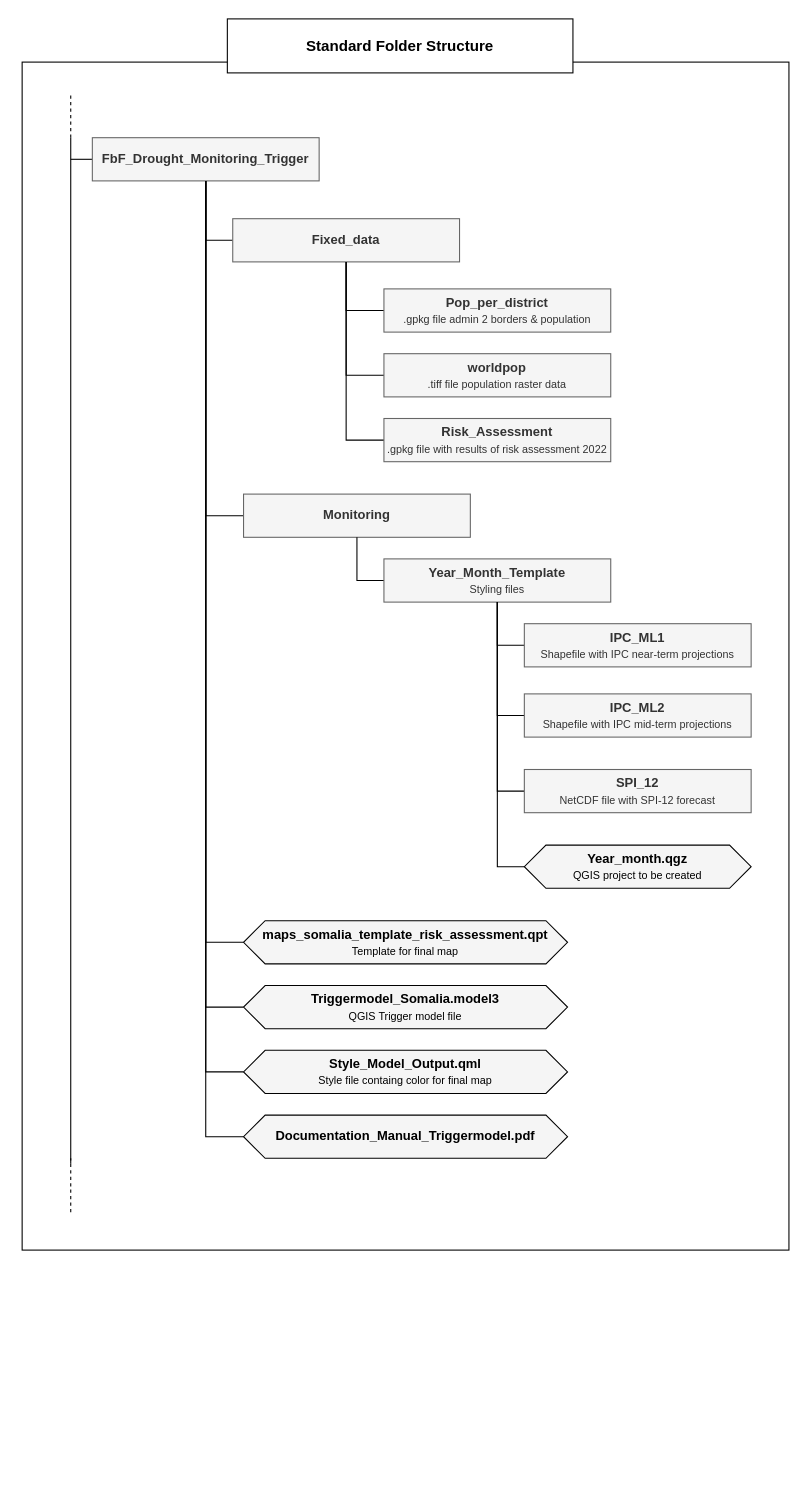
Above: fig/Folder_structure_FbF_Drought_Monitoring_Trigger.drawio in GIScience/gis-training-resource-center (draw.io), before the change. Source tidied: cells renumbered, new cells numbered last; positions are measured from the earlier drawing's top-left corner, leaving out a move shared by most shapes. Both pictures are drawn from the tidied source at 108%, with x=0, y=0 at pixel (22, 18).
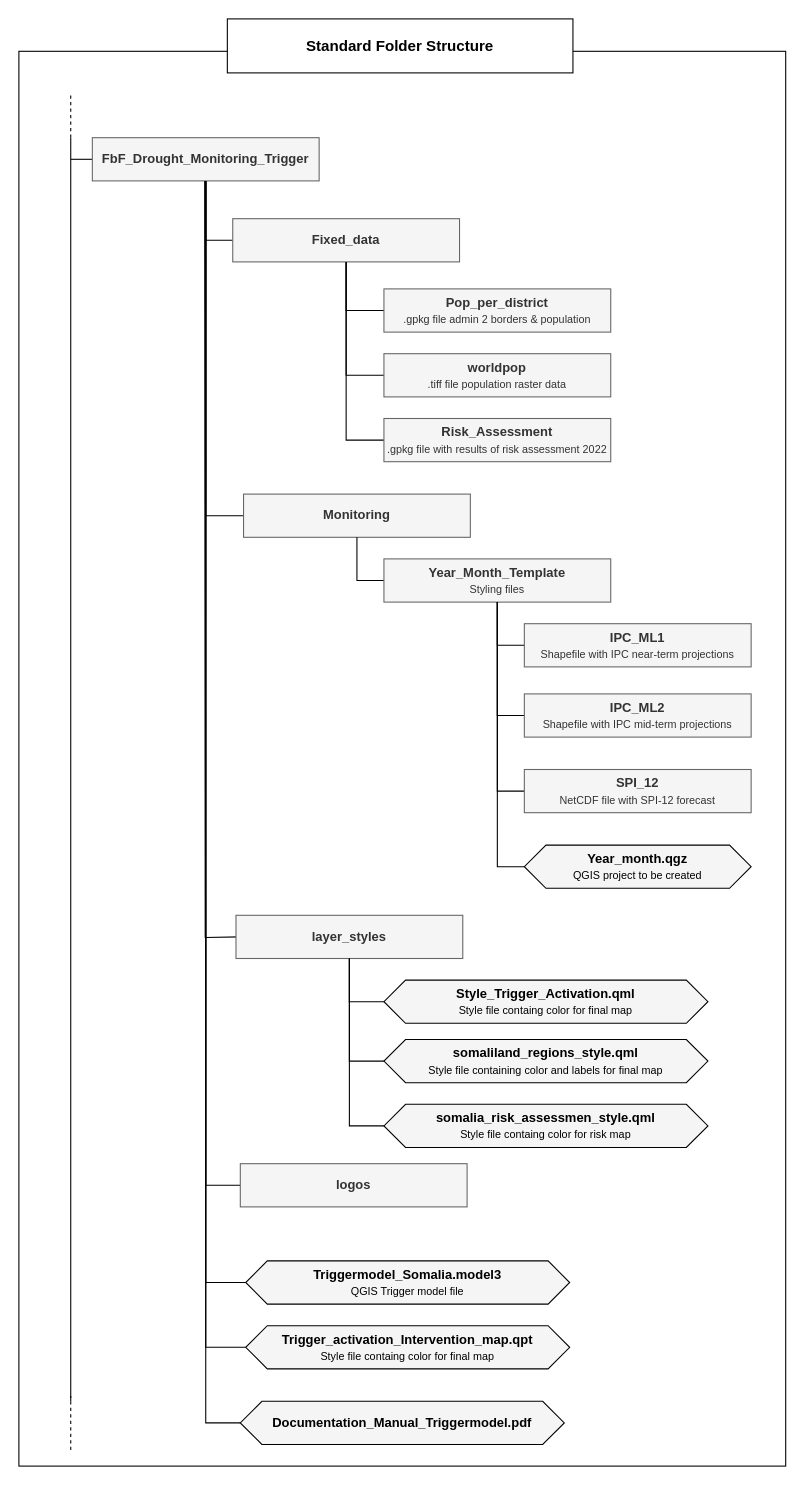
The same diagram, later.

The change refers to these unchanged cells:
```xml
<mxCell id="6" value="&lt;b&gt;FbF_Drought_Monitoring_Trigger&lt;/b&gt;" style="rounded=0;whiteSpace=wrap;html=1;fillColor=#f5f5f5;fontColor=#333333;strokeColor=#666666;fontStyle=0;" parent="1" vertex="1">
  <mxGeometry x="65" y="110" width="210" height="40" as="geometry" />
</mxCell>
```

What changed in the source:
```diff
@@
     <mxCell id="2" style="rounded=0;whiteSpace=wrap;html=1;" parent="1" vertex="1">
-      <mxGeometry y="40" width="710" height="1100" as="geometry" />
+      <mxGeometry x="-3" y="30" width="710" height="1310" as="geometry" />
     </mxCell>
     <mxCell id="3" style="endArrow=none;html=1;rounded=0;" parent="1" edge="1">
       <mxGeometry relative="1" as="geometry">
-        <mxPoint x="45" y="1060" as="sourcePoint" />
+        <mxPoint x="45" y="1280" as="sourcePoint" />
         <mxPoint x="45" y="110" as="targetPoint" />
       </mxGeometry>
     </mxCell>
@@
     <mxCell id="14" style="endArrow=none;dashed=1;html=1;rounded=0;" parent="1" edge="1">
       <mxGeometry relative="1" as="geometry">
-        <mxPoint x="45" y="1105" as="sourcePoint" />
-        <mxPoint x="45" y="1055" as="targetPoint" />
+        <mxPoint x="45" y="1325" as="sourcePoint" />
+        <mxPoint x="45" y="1275" as="targetPoint" />
       </mxGeometry>
     </mxCell>
-    <mxCell id="15" style="edgeStyle=orthogonalEdgeStyle;rounded=0;jettySize=auto;html=1;entryX=0.5;entryY=1;entryDx=0;entryDy=0;exitX=0;exitY=0.5;exitDx=0;exitDy=0;endArrow=none;endFill=0;" parent="1" edge="1" source="16" target="6">
-      <mxGeometry relative="1" as="geometry" />
-    </mxCell>
-    <mxCell id="16" value="maps_somalia_template_risk_assessment.qpt&lt;br style=&quot;font-size: 11px;&quot;&gt;&lt;font size=&quot;1&quot;&gt;&lt;span style=&quot;font-weight: 400;&quot;&gt;Template for final map&lt;/span&gt;&lt;/font&gt;" style="shape=hexagon;perimeter=hexagonPerimeter2;whiteSpace=wrap;html=1;fixedSize=1;fillColor=#F5F5F5;fontStyle=1;" parent="1" vertex="1">
-      <mxGeometry x="205" y="835" width="300" height="40" as="geometry" />
-    </mxCell>
@@
     <mxCell id="18" value="Triggermodel_Somalia.model3&lt;br style=&quot;font-size: 11px;&quot;&gt;&lt;font size=&quot;1&quot;&gt;&lt;span style=&quot;font-weight: 400;&quot;&gt;QGIS Trigger model file&lt;/span&gt;&lt;/font&gt;" style="shape=hexagon;perimeter=hexagonPerimeter2;whiteSpace=wrap;html=1;fixedSize=1;fillColor=#F5F5F5;fontStyle=1;" parent="1" vertex="1">
-      <mxGeometry x="205" y="895" width="300" height="40" as="geometry" />
+      <mxGeometry x="207" y="1150" width="300" height="40" as="geometry" />
     </mxCell>
@@
-    <mxCell id="20" value="Style_Model_Output.qml&lt;br style=&quot;font-size: 11px;&quot;&gt;&lt;font size=&quot;1&quot;&gt;&lt;span style=&quot;font-weight: normal;&quot;&gt;Style file containg color for final map&lt;/span&gt;&lt;/font&gt;" style="shape=hexagon;perimeter=hexagonPerimeter2;whiteSpace=wrap;html=1;fixedSize=1;fillColor=#F5F5F5;fontStyle=1;" parent="1" vertex="1">
-      <mxGeometry x="205" y="955" width="300" height="40" as="geometry" />
+    <mxCell id="20" value="Trigger_activation_Intervention_map.qpt&lt;br style=&quot;font-size: 11px;&quot;&gt;&lt;font size=&quot;1&quot;&gt;&lt;span style=&quot;font-weight: normal;&quot;&gt;Style file containg color for final map&lt;/span&gt;&lt;/font&gt;" style="shape=hexagon;perimeter=hexagonPerimeter2;whiteSpace=wrap;html=1;fixedSize=1;fillColor=#F5F5F5;fontStyle=1;" parent="1" vertex="1">
+      <mxGeometry x="207" y="1210" width="300" height="40" as="geometry" />
     </mxCell>
-    <mxCell id="21" style="edgeStyle=orthogonalEdgeStyle;rounded=0;jettySize=auto;html=1;entryX=0.5;entryY=1;entryDx=0;entryDy=0;exitX=0;exitY=0.5;exitDx=0;exitDy=0;endArrow=none;endFill=0;" parent="1" edge="1" source="22" target="6">
-      <mxGeometry relative="1" as="geometry" />
-    </mxCell>
-    <mxCell id="22" value="&lt;p class=&quot;MsoNormal&quot;&gt;Documentation_Manual_Triggermodel.pdf&lt;/p&gt;" style="shape=hexagon;perimeter=hexagonPerimeter2;whiteSpace=wrap;html=1;fixedSize=1;fillColor=#F5F5F5;fontStyle=1;" parent="1" vertex="1">
-      <mxGeometry x="205" y="1015" width="300" height="40" as="geometry" />
-    </mxCell>
@@
+    <mxCell id="21" style="edgeStyle=orthogonalEdgeStyle;rounded=0;jettySize=auto;html=1;entryX=0.5;entryY=1;entryDx=0;entryDy=0;exitX=0;exitY=0.5;exitDx=0;exitDy=0;endArrow=none;endFill=0;" parent="1" edge="1" source="22" target="6">
+      <mxGeometry relative="1" as="geometry" />
+    </mxCell>
+    <mxCell id="22" value="&lt;p class=&quot;MsoNormal&quot;&gt;Documentation_Manual_Triggermodel.pdf&lt;/p&gt;" style="shape=hexagon;perimeter=hexagonPerimeter2;whiteSpace=wrap;html=1;fixedSize=1;fillColor=#F5F5F5;fontStyle=1;" parent="1" vertex="1">
+      <mxGeometry x="202" y="1280" width="300" height="40" as="geometry" />
+    </mxCell>
+    <mxCell id="37" style="edgeStyle=orthogonalEdgeStyle;rounded=0;orthogonalLoop=1;jettySize=auto;html=1;endArrow=none;endFill=0;" parent="1" edge="1">
+      <mxGeometry relative="1" as="geometry">
+        <mxPoint x="202" y="850" as="sourcePoint" />
+        <mxPoint x="169" y="150" as="targetPoint" />
+      </mxGeometry>
+    </mxCell>
+    <mxCell id="38" value="&lt;font style=&quot;&quot;&gt;&lt;b&gt;layer_styles&lt;/b&gt;&lt;br&gt;&lt;/font&gt;" style="rounded=0;whiteSpace=wrap;html=1;fillColor=#f5f5f5;fontColor=#333333;strokeColor=#666666;fontStyle=0;" parent="1" vertex="1">
+      <mxGeometry x="198" y="830" width="210" height="40" as="geometry" />
+    </mxCell>
+    <mxCell id="39" style="edgeStyle=orthogonalEdgeStyle;rounded=0;jettySize=auto;html=1;entryX=0.5;entryY=1;entryDx=0;entryDy=0;exitX=0;exitY=0.5;exitDx=0;exitDy=0;endArrow=none;endFill=0;" parent="1" edge="1" source="40" target="38">
+      <mxGeometry relative="1" as="geometry" />
+    </mxCell>
+    <mxCell id="40" value="&lt;p class=&quot;MsoNormal&quot;&gt;Style_Trigger_Activation.qml&lt;br style=&quot;border-color: var(--border-color); font-size: 11px;&quot;&gt;&lt;font style=&quot;border-color: var(--border-color); font-weight: normal;&quot; size=&quot;1&quot;&gt;Style file containg color for final map&lt;/font&gt;&lt;br&gt;&lt;/p&gt;" style="shape=hexagon;perimeter=hexagonPerimeter2;whiteSpace=wrap;html=1;fixedSize=1;fillColor=#F5F5F5;fontStyle=1;" parent="1" vertex="1">
+      <mxGeometry x="335" y="890" width="300" height="40" as="geometry" />
+    </mxCell>
+    <mxCell id="41" style="edgeStyle=orthogonalEdgeStyle;rounded=0;jettySize=auto;html=1;entryX=0.5;entryY=1;entryDx=0;entryDy=0;exitX=0;exitY=0.5;exitDx=0;exitDy=0;endArrow=none;endFill=0;" parent="1" edge="1" source="42" target="38">
+      <mxGeometry relative="1" as="geometry" />
+    </mxCell>
+    <mxCell id="42" value="somaliland_regions_style.qml&lt;br style=&quot;font-size: 11px;&quot;&gt;&lt;font size=&quot;1&quot;&gt;&lt;span style=&quot;font-weight: 400;&quot;&gt;Style file containing color and labels for final map&lt;/span&gt;&lt;/font&gt;" style="shape=hexagon;perimeter=hexagonPerimeter2;whiteSpace=wrap;html=1;fixedSize=1;fillColor=#F5F5F5;fontStyle=1;" parent="1" vertex="1">
+      <mxGeometry x="335" y="945" width="300" height="40" as="geometry" />
+    </mxCell>
+    <mxCell id="43" style="edgeStyle=orthogonalEdgeStyle;rounded=0;jettySize=auto;html=1;entryX=0.5;entryY=1;entryDx=0;entryDy=0;endArrow=none;endFill=0;exitX=0;exitY=0.5;exitDx=0;exitDy=0;" parent="1" edge="1" source="44" target="38">
+      <mxGeometry relative="1" as="geometry" />
+    </mxCell>
+    <mxCell id="44" value="somalia_risk_assessmen_style.qml&lt;br style=&quot;font-size: 11px;&quot;&gt;&lt;font size=&quot;1&quot;&gt;&lt;span style=&quot;font-weight: normal;&quot;&gt;Style file containg color for risk map&lt;/span&gt;&lt;/font&gt;" style="shape=hexagon;perimeter=hexagonPerimeter2;whiteSpace=wrap;html=1;fixedSize=1;fillColor=#F5F5F5;fontStyle=1;" parent="1" vertex="1">
+      <mxGeometry x="335" y="1005" width="300" height="40" as="geometry" />
+    </mxCell>
+    <mxCell id="45" style="edgeStyle=orthogonalEdgeStyle;rounded=0;jettySize=auto;html=1;entryX=0.5;entryY=1;entryDx=0;entryDy=0;exitX=0;exitY=0.5;exitDx=0;exitDy=0;endArrow=none;endFill=0;" parent="1" edge="1" source="46" target="6">
+      <mxGeometry relative="1" as="geometry" />
+    </mxCell>
+    <mxCell id="46" value="&lt;font style=&quot;&quot;&gt;&lt;b&gt;logos&lt;/b&gt;&lt;br&gt;&lt;/font&gt;" style="rounded=0;whiteSpace=wrap;html=1;fillColor=#f5f5f5;fontColor=#333333;strokeColor=#666666;fontStyle=0;" parent="1" vertex="1">
+      <mxGeometry x="202" y="1060" width="210" height="40" as="geometry" />
+    </mxCell>
```
